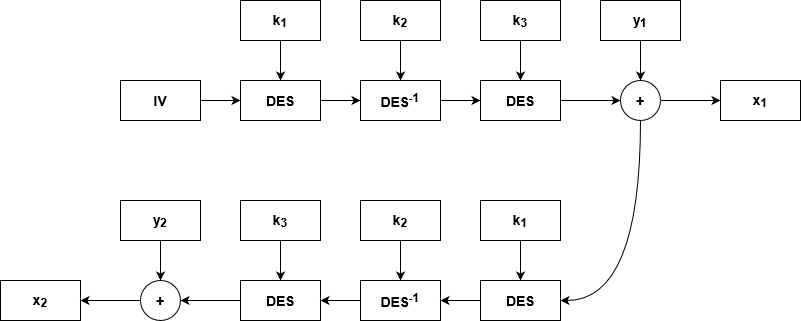
Before: img/3ofb-d.png, a diagram exported from draw.io (AlbertoSpinella/des-3des-js). Source tidied: cells renumbered, new cells last; positions are measured from the earlier drawing's top-left corner, leaving out a move shared by most shapes.
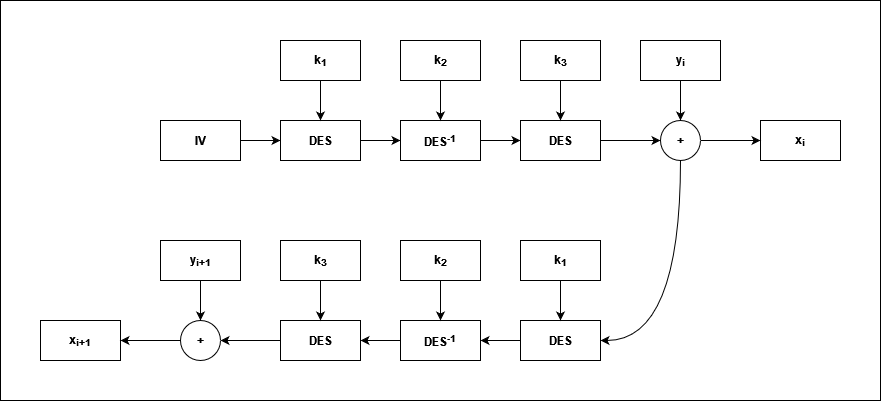
Above is the later version.

The edit, as a diff of the source:
```diff
@@ -1,117 +1,120 @@
-<mxGraphModel background="#ffffff">
+<mxGraphModel>
   <root>
     <mxCell id="0" />
     <mxCell id="1" parent="0" />
-    <mxCell id="2" style="edgeStyle=orthogonalEdgeStyle;rounded=0;jettySize=auto;html=1;entryX=0;entryY=0.5;entryDx=0;entryDy=0;" parent="1" edge="1" source="3" target="5">
-      <mxGeometry relative="1" as="geometry" />
-    </mxCell>
+    <mxCell id="39" style="rounded=0;whiteSpace=wrap;html=1;" parent="1" vertex="1">
+      <mxGeometry x="-40" y="-40" width="880" height="400" as="geometry" />
+    </mxCell>
+    <mxCell id="40" style="edgeStyle=none;rounded=0;jettySize=auto;html=1;entryX=0;entryY=0.5;entryDx=0;entryDy=0;fontStyle=1;" parent="1" edge="1" source="3" target="42">
+      <mxGeometry relative="1" as="geometry" />
+    </mxCell>
-    <mxCell id="3" value="&lt;font style=&quot;font-size: 14px&quot;&gt;&lt;b&gt;IV&lt;/b&gt;&lt;/font&gt;" style="rounded=0;whiteSpace=wrap;html=1;" parent="1" vertex="1">
+    <mxCell id="3" value="IV" style="rounded=0;whiteSpace=wrap;html=1;fontStyle=1;" parent="1" vertex="1">
       <mxGeometry x="120" y="80" width="80" height="40" as="geometry" />
     </mxCell>
-    <mxCell id="4" style="edgeStyle=orthogonalEdgeStyle;rounded=0;jettySize=auto;html=1;entryX=0;entryY=0.5;entryDx=0;entryDy=0;" parent="1" edge="1" source="5" target="7">
-      <mxGeometry relative="1" as="geometry" />
-    </mxCell>
-    <mxCell id="5" value="&lt;font style=&quot;font-size: 14px&quot;&gt;&lt;b&gt;DES&lt;/b&gt;&lt;/font&gt;" style="rounded=0;whiteSpace=wrap;html=1;" parent="1" vertex="1">
-      <mxGeometry x="240" y="80" width="80" height="40" as="geometry" />
-    </mxCell>
-    <mxCell id="6" style="edgeStyle=orthogonalEdgeStyle;rounded=0;jettySize=auto;html=1;entryX=0;entryY=0.5;entryDx=0;entryDy=0;" parent="1" edge="1" source="7" target="26">
-      <mxGeometry relative="1" as="geometry" />
-    </mxCell>
-    <mxCell id="7" value="&lt;font style=&quot;font-size: 14px&quot;&gt;&lt;b&gt;DES&lt;sup&gt;-1&lt;/sup&gt;&lt;/b&gt;&lt;/font&gt;" style="rounded=0;whiteSpace=wrap;html=1;" parent="1" vertex="1">
-      <mxGeometry x="360" y="80" width="80" height="40" as="geometry" />
-    </mxCell>
-    <mxCell id="8" style="edgeStyle=orthogonalEdgeStyle;rounded=0;jettySize=auto;html=1;entryX=1;entryY=0.5;entryDx=0;entryDy=0;curved=1;exitX=0.5;exitY=1;exitDx=0;exitDy=0;" parent="1" edge="1" source="10" target="32">
-      <mxGeometry relative="1" as="geometry" />
-    </mxCell>
-    <mxCell id="9" style="edgeStyle=orthogonalEdgeStyle;rounded=0;jettySize=auto;html=1;entryX=0;entryY=0.5;entryDx=0;entryDy=0;" parent="1" edge="1" source="10" target="17">
-      <mxGeometry relative="1" as="geometry" />
-    </mxCell>
-    <mxCell id="10" value="&lt;font style=&quot;font-size: 14px&quot;&gt;&lt;b&gt;+&lt;/b&gt;&lt;/font&gt;" style="ellipse;whiteSpace=wrap;html=1;" parent="1" vertex="1">
-      <mxGeometry x="620" y="80" width="40" height="40" as="geometry" />
-    </mxCell>
-    <mxCell id="11" style="edgeStyle=orthogonalEdgeStyle;rounded=0;jettySize=auto;html=1;entryX=0.5;entryY=0;entryDx=0;entryDy=0;" parent="1" edge="1" source="12" target="5">
-      <mxGeometry relative="1" as="geometry" />
-    </mxCell>
-    <mxCell id="12" value="&lt;font style=&quot;font-size: 14px&quot;&gt;&lt;b&gt;k&lt;sub&gt;1&lt;/sub&gt;&lt;/b&gt;&lt;/font&gt;" style="rounded=0;whiteSpace=wrap;html=1;" parent="1" vertex="1">
-      <mxGeometry x="240" width="80" height="40" as="geometry" />
-    </mxCell>
-    <mxCell id="13" style="edgeStyle=orthogonalEdgeStyle;rounded=0;jettySize=auto;html=1;entryX=0.5;entryY=0;entryDx=0;entryDy=0;" parent="1" edge="1" source="14" target="7">
-      <mxGeometry relative="1" as="geometry" />
-    </mxCell>
-    <mxCell id="14" value="&lt;font style=&quot;font-size: 14px&quot;&gt;&lt;b&gt;k&lt;sub&gt;2&lt;/sub&gt;&lt;/b&gt;&lt;/font&gt;" style="rounded=0;whiteSpace=wrap;html=1;" parent="1" vertex="1">
-      <mxGeometry x="360" width="80" height="40" as="geometry" />
-    </mxCell>
-    <mxCell id="15" style="edgeStyle=orthogonalEdgeStyle;rounded=0;jettySize=auto;html=1;entryX=0.5;entryY=0;entryDx=0;entryDy=0;" parent="1" edge="1" source="16" target="26">
-      <mxGeometry relative="1" as="geometry" />
-    </mxCell>
-    <mxCell id="16" value="&lt;font style=&quot;font-size: 14px&quot;&gt;&lt;b&gt;k&lt;sub&gt;3&lt;/sub&gt;&lt;/b&gt;&lt;/font&gt;" style="rounded=0;whiteSpace=wrap;html=1;" parent="1" vertex="1">
-      <mxGeometry x="480" width="80" height="40" as="geometry" />
-    </mxCell>
-    <mxCell id="17" value="&lt;font style=&quot;font-size: 14px&quot;&gt;&lt;b&gt;x&lt;sub&gt;1&lt;/sub&gt;&lt;/b&gt;&lt;/font&gt;" style="rounded=0;whiteSpace=wrap;html=1;" parent="1" vertex="1">
-      <mxGeometry x="720" y="80" width="80" height="40" as="geometry" />
-    </mxCell>
-    <mxCell id="18" value="&lt;font style=&quot;font-size: 14px&quot;&gt;&lt;b&gt;x&lt;sub&gt;2&lt;/sub&gt;&lt;/b&gt;&lt;/font&gt;" style="rounded=0;whiteSpace=wrap;html=1;" parent="1" vertex="1">
-      <mxGeometry y="280" width="80" height="40" as="geometry" />
-    </mxCell>
-    <mxCell id="19" style="edgeStyle=orthogonalEdgeStyle;rounded=0;jettySize=auto;html=1;entryX=1;entryY=0.5;entryDx=0;entryDy=0;" parent="1" edge="1" source="20" target="18">
-      <mxGeometry relative="1" as="geometry" />
-    </mxCell>
-    <mxCell id="20" value="&lt;font style=&quot;font-size: 14px&quot;&gt;&lt;b&gt;+&lt;/b&gt;&lt;/font&gt;" style="ellipse;whiteSpace=wrap;html=1;" parent="1" vertex="1">
-      <mxGeometry x="140" y="280" width="40" height="40" as="geometry" />
-    </mxCell>
-    <mxCell id="21" style="edgeStyle=orthogonalEdgeStyle;rounded=0;jettySize=auto;html=1;entryX=0.5;entryY=0;entryDx=0;entryDy=0;" parent="1" edge="1" source="22" target="10">
-      <mxGeometry relative="1" as="geometry" />
-    </mxCell>
-    <mxCell id="22" value="&lt;font style=&quot;font-size: 14px&quot;&gt;&lt;b&gt;y&lt;sub&gt;1&lt;/sub&gt;&lt;/b&gt;&lt;/font&gt;" style="rounded=0;whiteSpace=wrap;html=1;" parent="1" vertex="1">
-      <mxGeometry x="600" width="80" height="40" as="geometry" />
-    </mxCell>
-    <mxCell id="23" style="edgeStyle=orthogonalEdgeStyle;rounded=0;jettySize=auto;html=1;entryX=0.5;entryY=0;entryDx=0;entryDy=0;" parent="1" edge="1" source="24" target="20">
-      <mxGeometry relative="1" as="geometry" />
-    </mxCell>
-    <mxCell id="24" value="&lt;font style=&quot;font-size: 14px&quot;&gt;&lt;b&gt;y&lt;sub&gt;2&lt;/sub&gt;&lt;/b&gt;&lt;/font&gt;" style="rounded=0;whiteSpace=wrap;html=1;" parent="1" vertex="1">
-      <mxGeometry x="120" y="200" width="80" height="40" as="geometry" />
-    </mxCell>
-    <mxCell id="25" style="edgeStyle=orthogonalEdgeStyle;rounded=0;jettySize=auto;html=1;entryX=0;entryY=0.5;entryDx=0;entryDy=0;" parent="1" edge="1" source="26" target="10">
-      <mxGeometry relative="1" as="geometry" />
-    </mxCell>
-    <mxCell id="26" value="&lt;font style=&quot;font-size: 14px&quot;&gt;&lt;b&gt;DES&lt;/b&gt;&lt;/font&gt;" style="rounded=0;whiteSpace=wrap;html=1;" parent="1" vertex="1">
-      <mxGeometry x="480" y="80" width="80" height="40" as="geometry" />
-    </mxCell>
-    <mxCell id="27" style="edgeStyle=orthogonalEdgeStyle;rounded=0;jettySize=auto;html=1;entryX=1;entryY=0.5;entryDx=0;entryDy=0;" parent="1" edge="1" source="28" target="20">
-      <mxGeometry relative="1" as="geometry" />
-    </mxCell>
-    <mxCell id="28" value="&lt;font style=&quot;font-size: 14px&quot;&gt;&lt;b&gt;DES&lt;/b&gt;&lt;/font&gt;" style="rounded=0;whiteSpace=wrap;html=1;" parent="1" vertex="1">
-      <mxGeometry x="240" y="280" width="80" height="40" as="geometry" />
-    </mxCell>
-    <mxCell id="29" style="edgeStyle=orthogonalEdgeStyle;rounded=0;jettySize=auto;html=1;entryX=1;entryY=0.5;entryDx=0;entryDy=0;" parent="1" edge="1" source="30" target="28">
-      <mxGeometry relative="1" as="geometry" />
-    </mxCell>
-    <mxCell id="30" value="&lt;font style=&quot;font-size: 14px&quot;&gt;&lt;b&gt;DES&lt;sup&gt;-1&lt;/sup&gt;&lt;/b&gt;&lt;/font&gt;" style="rounded=0;whiteSpace=wrap;html=1;" parent="1" vertex="1">
-      <mxGeometry x="360" y="280" width="80" height="40" as="geometry" />
-    </mxCell>
-    <mxCell id="31" style="edgeStyle=orthogonalEdgeStyle;rounded=0;jettySize=auto;html=1;entryX=1;entryY=0.5;entryDx=0;entryDy=0;" parent="1" edge="1" source="32" target="30">
-      <mxGeometry relative="1" as="geometry" />
-    </mxCell>
-    <mxCell id="32" value="&lt;font style=&quot;font-size: 14px&quot;&gt;&lt;b&gt;DES&lt;/b&gt;&lt;/font&gt;" style="rounded=0;whiteSpace=wrap;html=1;" parent="1" vertex="1">
-      <mxGeometry x="480" y="280" width="80" height="40" as="geometry" />
-    </mxCell>
-    <mxCell id="33" style="edgeStyle=orthogonalEdgeStyle;rounded=0;jettySize=auto;html=1;entryX=0.5;entryY=0;entryDx=0;entryDy=0;" parent="1" edge="1" source="34" target="28">
-      <mxGeometry relative="1" as="geometry" />
-    </mxCell>
-    <mxCell id="34" value="&lt;font style=&quot;font-size: 14px&quot;&gt;&lt;b&gt;k&lt;sub&gt;3&lt;/sub&gt;&lt;/b&gt;&lt;/font&gt;" style="rounded=0;whiteSpace=wrap;html=1;" parent="1" vertex="1">
-      <mxGeometry x="240" y="200" width="80" height="40" as="geometry" />
-    </mxCell>
-    <mxCell id="35" style="edgeStyle=orthogonalEdgeStyle;rounded=0;jettySize=auto;html=1;entryX=0.5;entryY=0;entryDx=0;entryDy=0;" parent="1" edge="1" source="36" target="30">
-      <mxGeometry relative="1" as="geometry" />
-    </mxCell>
-    <mxCell id="36" value="&lt;font style=&quot;font-size: 14px&quot;&gt;&lt;b&gt;k&lt;sub&gt;2&lt;/sub&gt;&lt;/b&gt;&lt;/font&gt;" style="rounded=0;whiteSpace=wrap;html=1;" parent="1" vertex="1">
-      <mxGeometry x="360" y="200" width="80" height="40" as="geometry" />
-    </mxCell>
-    <mxCell id="37" style="edgeStyle=orthogonalEdgeStyle;rounded=0;jettySize=auto;html=1;entryX=0.5;entryY=0;entryDx=0;entryDy=0;" parent="1" edge="1" source="38" target="32">
-      <mxGeometry relative="1" as="geometry" />
-    </mxCell>
-    <mxCell id="38" value="&lt;font style=&quot;font-size: 14px&quot;&gt;&lt;b&gt;k&lt;sub&gt;1&lt;/sub&gt;&lt;/b&gt;&lt;/font&gt;" style="rounded=0;whiteSpace=wrap;html=1;" parent="1" vertex="1">
-      <mxGeometry x="480" y="200" width="80" height="40" as="geometry" />
-    </mxCell>
+    <mxCell id="41" style="edgeStyle=none;rounded=0;jettySize=auto;html=1;entryX=0;entryY=0.5;entryDx=0;entryDy=0;fontStyle=1;" parent="1" edge="1" source="42" target="46">
+      <mxGeometry relative="1" as="geometry" />
+    </mxCell>
+    <mxCell id="42" value="DES" style="rounded=0;whiteSpace=wrap;html=1;fontStyle=1;" parent="1" vertex="1">
+      <mxGeometry x="240" y="80" width="80" height="40" as="geometry" />
+    </mxCell>
+    <mxCell id="43" style="edgeStyle=none;rounded=0;jettySize=auto;html=1;entryX=0.5;entryY=0;entryDx=0;entryDy=0;fontStyle=1;" parent="1" edge="1" source="44" target="42">
+      <mxGeometry relative="1" as="geometry" />
+    </mxCell>
+    <mxCell id="44" value="k&lt;sub&gt;1&lt;/sub&gt;" style="rounded=0;whiteSpace=wrap;html=1;fontStyle=1;" parent="1" vertex="1">
+      <mxGeometry x="240" width="80" height="40" as="geometry" />
+    </mxCell>
+    <mxCell id="45" style="edgeStyle=none;rounded=0;jettySize=auto;html=1;fontStyle=1;" parent="1" edge="1" source="46" target="50">
+      <mxGeometry relative="1" as="geometry" />
+    </mxCell>
+    <mxCell id="46" value="DES&lt;sup&gt;-1&lt;/sup&gt;" style="rounded=0;whiteSpace=wrap;html=1;fontStyle=1;" parent="1" vertex="1">
+      <mxGeometry x="360" y="80" width="80" height="40" as="geometry" />
+    </mxCell>
+    <mxCell id="47" style="edgeStyle=none;rounded=0;jettySize=auto;html=1;entryX=0.5;entryY=0;entryDx=0;entryDy=0;fontStyle=1;" parent="1" edge="1" source="48" target="46">
+      <mxGeometry relative="1" as="geometry" />
+    </mxCell>
+    <mxCell id="48" value="k&lt;sub&gt;2&lt;/sub&gt;" style="rounded=0;whiteSpace=wrap;html=1;fontStyle=1;" parent="1" vertex="1">
+      <mxGeometry x="360" width="80" height="40" as="geometry" />
+    </mxCell>
+    <mxCell id="49" style="edgeStyle=none;rounded=0;jettySize=auto;html=1;entryX=0;entryY=0.5;entryDx=0;entryDy=0;fontStyle=1;" parent="1" edge="1" source="50" target="58">
+      <mxGeometry relative="1" as="geometry" />
+    </mxCell>
+    <mxCell id="50" value="DES" style="rounded=0;whiteSpace=wrap;html=1;fontStyle=1;" parent="1" vertex="1">
+      <mxGeometry x="480" y="80" width="80" height="40" as="geometry" />
+    </mxCell>
+    <mxCell id="51" style="edgeStyle=none;rounded=0;jettySize=auto;html=1;entryX=0.5;entryY=0;entryDx=0;entryDy=0;fontStyle=1;" parent="1" edge="1" source="52" target="50">
+      <mxGeometry relative="1" as="geometry" />
+    </mxCell>
+    <mxCell id="52" value="k&lt;sub&gt;3&lt;/sub&gt;" style="rounded=0;whiteSpace=wrap;html=1;fontStyle=1;" parent="1" vertex="1">
+      <mxGeometry x="480" width="80" height="40" as="geometry" />
+    </mxCell>
+    <mxCell id="53" value="x&lt;sub&gt;i&lt;/sub&gt;" style="rounded=0;whiteSpace=wrap;html=1;fontStyle=1;" parent="1" vertex="1">
+      <mxGeometry x="720" y="80" width="80" height="40" as="geometry" />
+    </mxCell>
+    <mxCell id="54" style="edgeStyle=none;rounded=0;jettySize=auto;html=1;entryX=0.5;entryY=0;entryDx=0;entryDy=0;fontStyle=1;" parent="1" edge="1" source="55" target="58">
+      <mxGeometry relative="1" as="geometry" />
+    </mxCell>
+    <mxCell id="55" value="y&lt;sub&gt;i&lt;/sub&gt;" style="rounded=0;whiteSpace=wrap;html=1;fontStyle=1;" parent="1" vertex="1">
+      <mxGeometry x="600" width="80" height="40" as="geometry" />
+    </mxCell>
+    <mxCell id="56" style="edgeStyle=none;rounded=0;jettySize=auto;html=1;fontStyle=1;" parent="1" edge="1" source="58" target="53">
+      <mxGeometry relative="1" as="geometry" />
+    </mxCell>
+    <mxCell id="57" style="edgeStyle=orthogonalEdgeStyle;rounded=0;jettySize=auto;html=1;entryX=1;entryY=0.5;entryDx=0;entryDy=0;curved=1;exitX=0.5;exitY=1;exitDx=0;exitDy=0;fontStyle=1;" parent="1" edge="1" source="58" target="60">
+      <mxGeometry relative="1" as="geometry" />
+    </mxCell>
+    <mxCell id="58" value="+" style="ellipse;whiteSpace=wrap;html=1;fontStyle=1;" parent="1" vertex="1">
+      <mxGeometry x="620" y="80" width="40" height="40" as="geometry" />
+    </mxCell>
+    <mxCell id="59" style="edgeStyle=orthogonalEdgeStyle;curved=1;rounded=0;jettySize=auto;html=1;entryX=1;entryY=0.5;entryDx=0;entryDy=0;fontStyle=1;" parent="1" edge="1" source="60" target="64">
+      <mxGeometry relative="1" as="geometry" />
+    </mxCell>
+    <mxCell id="60" value="DES" style="rounded=0;whiteSpace=wrap;html=1;fontStyle=1;" parent="1" vertex="1">
+      <mxGeometry x="480" y="280" width="80" height="40" as="geometry" />
+    </mxCell>
+    <mxCell id="61" style="edgeStyle=orthogonalEdgeStyle;curved=1;rounded=0;jettySize=auto;html=1;entryX=0.5;entryY=0;entryDx=0;entryDy=0;fontStyle=1;" parent="1" edge="1" source="62" target="60">
+      <mxGeometry relative="1" as="geometry" />
+    </mxCell>
+    <mxCell id="62" value="k&lt;sub&gt;1&lt;/sub&gt;" style="rounded=0;whiteSpace=wrap;html=1;fontStyle=1;" parent="1" vertex="1">
+      <mxGeometry x="480" y="200" width="80" height="40" as="geometry" />
+    </mxCell>
+    <mxCell id="63" style="edgeStyle=orthogonalEdgeStyle;curved=1;rounded=0;jettySize=auto;html=1;entryX=1;entryY=0.5;entryDx=0;entryDy=0;fontStyle=1;" parent="1" edge="1" source="64" target="68">
+      <mxGeometry relative="1" as="geometry" />
+    </mxCell>
+    <mxCell id="64" value="DES&lt;sup&gt;-1&lt;/sup&gt;" style="rounded=0;whiteSpace=wrap;html=1;fontStyle=1;" parent="1" vertex="1">
+      <mxGeometry x="360" y="280" width="80" height="40" as="geometry" />
+    </mxCell>
+    <mxCell id="65" style="edgeStyle=orthogonalEdgeStyle;curved=1;rounded=0;jettySize=auto;html=1;entryX=0.5;entryY=0;entryDx=0;entryDy=0;fontStyle=1;" parent="1" edge="1" source="66" target="64">
+      <mxGeometry relative="1" as="geometry" />
+    </mxCell>
+    <mxCell id="66" value="k&lt;sub&gt;2&lt;/sub&gt;" style="rounded=0;whiteSpace=wrap;html=1;fontStyle=1;" parent="1" vertex="1">
+      <mxGeometry x="360" y="200" width="80" height="40" as="geometry" />
+    </mxCell>
+    <mxCell id="67" style="edgeStyle=orthogonalEdgeStyle;curved=1;rounded=0;jettySize=auto;html=1;entryX=1;entryY=0.5;entryDx=0;entryDy=0;fontStyle=1;" parent="1" edge="1" source="68" target="75">
+      <mxGeometry relative="1" as="geometry" />
+    </mxCell>
+    <mxCell id="68" value="DES" style="rounded=0;whiteSpace=wrap;html=1;fontStyle=1;" parent="1" vertex="1">
+      <mxGeometry x="240" y="280" width="80" height="40" as="geometry" />
+    </mxCell>
+    <mxCell id="69" style="edgeStyle=orthogonalEdgeStyle;curved=1;rounded=0;jettySize=auto;html=1;entryX=0.5;entryY=0;entryDx=0;entryDy=0;fontStyle=1;" parent="1" edge="1" source="70" target="68">
+      <mxGeometry relative="1" as="geometry" />
+    </mxCell>
+    <mxCell id="70" value="k&lt;sub&gt;3&lt;/sub&gt;" style="rounded=0;whiteSpace=wrap;html=1;fontStyle=1;" parent="1" vertex="1">
+      <mxGeometry x="240" y="200" width="80" height="40" as="geometry" />
+    </mxCell>
+    <mxCell id="71" value="x&lt;sub&gt;i+1&lt;/sub&gt;" style="rounded=0;whiteSpace=wrap;html=1;fontStyle=1;" parent="1" vertex="1">
+      <mxGeometry y="280" width="80" height="40" as="geometry" />
+    </mxCell>
+    <mxCell id="72" style="edgeStyle=orthogonalEdgeStyle;curved=1;rounded=0;jettySize=auto;html=1;entryX=0.5;entryY=0;entryDx=0;entryDy=0;fontStyle=1;" parent="1" edge="1" source="73" target="75">
+      <mxGeometry relative="1" as="geometry" />
+    </mxCell>
+    <mxCell id="73" value="y&lt;sub&gt;i+1&lt;/sub&gt;" style="rounded=0;whiteSpace=wrap;html=1;fontStyle=1;" parent="1" vertex="1">
+      <mxGeometry x="120" y="200" width="80" height="40" as="geometry" />
+    </mxCell>
+    <mxCell id="74" style="edgeStyle=orthogonalEdgeStyle;curved=1;rounded=0;jettySize=auto;html=1;entryX=1;entryY=0.5;entryDx=0;entryDy=0;fontStyle=1;" parent="1" edge="1" source="75" target="71">
+      <mxGeometry relative="1" as="geometry" />
+    </mxCell>
+    <mxCell id="75" value="+" style="ellipse;whiteSpace=wrap;html=1;fontStyle=1;" parent="1" vertex="1">
+      <mxGeometry x="140" y="280" width="40" height="40" as="geometry" />
+    </mxCell>
   </root>
 </mxGraphModel>
```
